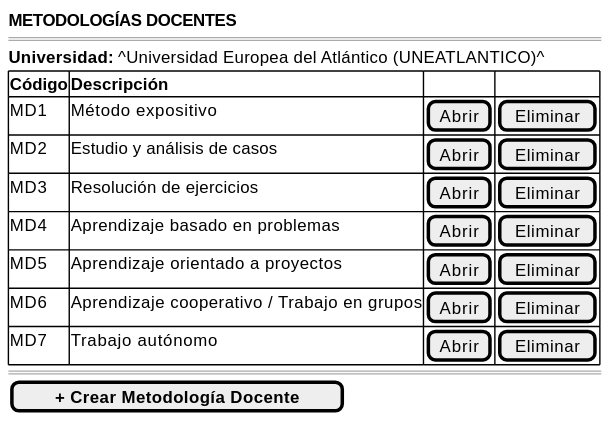
This is images/RUP/01-requisitos/03-detalle-casos-uso/abrirMetodologiasDocentes/wireframe.svg from mmasias/pyCeldaPublico, a PlantUML export, as it was before one commit.
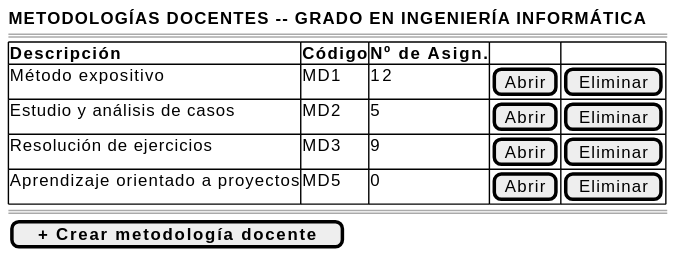
Later version of the same file.

What changed in the source:
```diff
@@ -1,19 +1,15 @@
 @startsalt abrirMetodologiasDocentes-wireframe
 {
-    <b>METODOLOGÍAS DOCENTES</b>
+    <b>METODOLOGÍAS DOCENTES -- GRADO EN INGENIERÍA INFORMÁTICA</b>
     ====
-    <b>Universidad:</b> ^Universidad Europea del Atlántico (UNEATLANTICO)^
     {#
-        <b>Código | <b>Descripción | . | .
-        MD1 | Método expositivo | [Abrir] | [Eliminar]
-        MD2 | Estudio y análisis de casos | [Abrir] | [Eliminar]
-        MD3 | Resolución de ejercicios | [Abrir] | [Eliminar]
-        MD4 | Aprendizaje basado en problemas | [Abrir] | [Eliminar]
-        MD5 | Aprendizaje orientado a proyectos | [Abrir] | [Eliminar]
-        MD6 | Aprendizaje cooperativo / Trabajo en grupos | [Abrir] | [Eliminar]
-        MD7 | Trabajo autónomo | [Abrir] | [Eliminar]
+        <b>Descripción | <b>Código | <b>Nº de Asign. | . | .
+        Método expositivo | MD1 | 12 | [Abrir] | [Eliminar]
+        Estudio y análisis de casos | MD2 | 5 | [Abrir] | [Eliminar]
+        Resolución de ejercicios | MD3 | 9 | [Abrir] | [Eliminar]
+        Aprendizaje orientado a proyectos | MD5 | 0 | [Abrir] | [Eliminar]
     }
     ====
-    [ <b>+ Crear Metodología Docente</b> ]
+    [ <b>+ Crear metodología docente</b> ]
 }
 @endsalt
```
